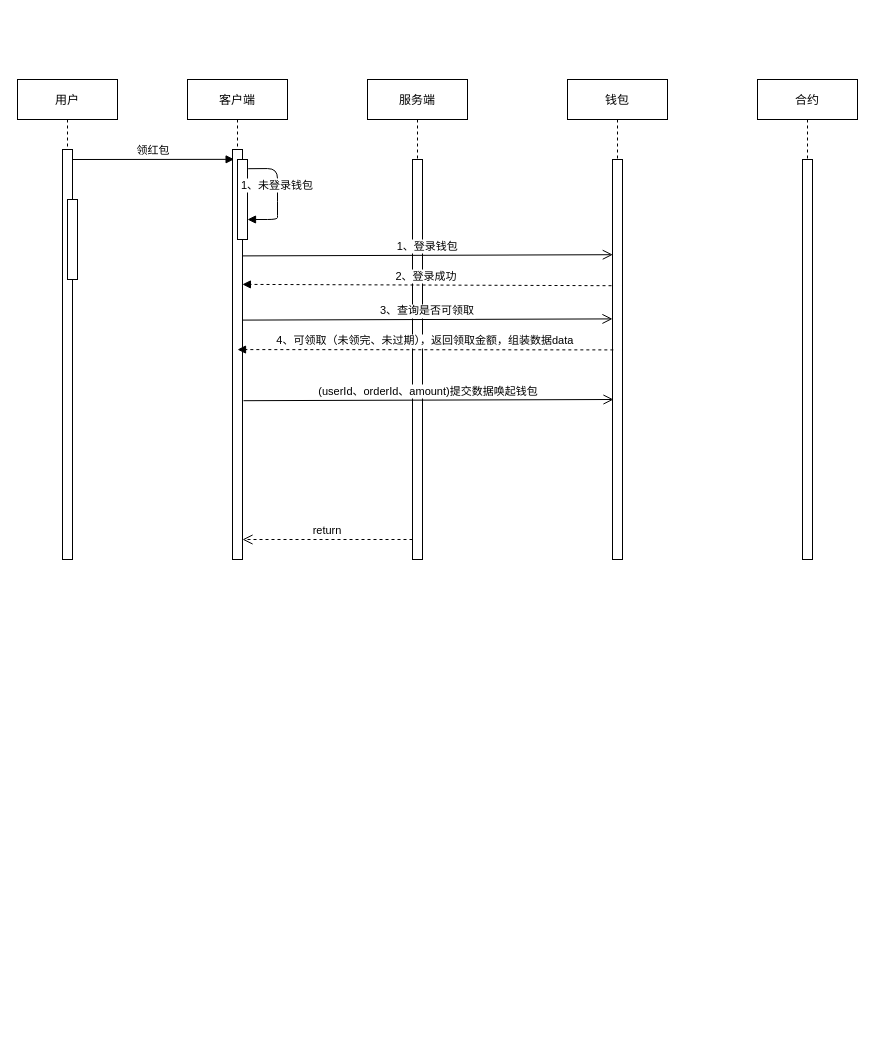
limate/draw keeps this draw.io diagram as 未命名绘图.drawio. Above is the earlier version. Source tidied: cells renumbered, new cells numbered last; positions are measured from the earlier drawing's top-left corner, leaving out a move shared by most shapes. Both pictures are drawn from the tidied source at 100%, with x=0, y=0 at pixel (17, 79).
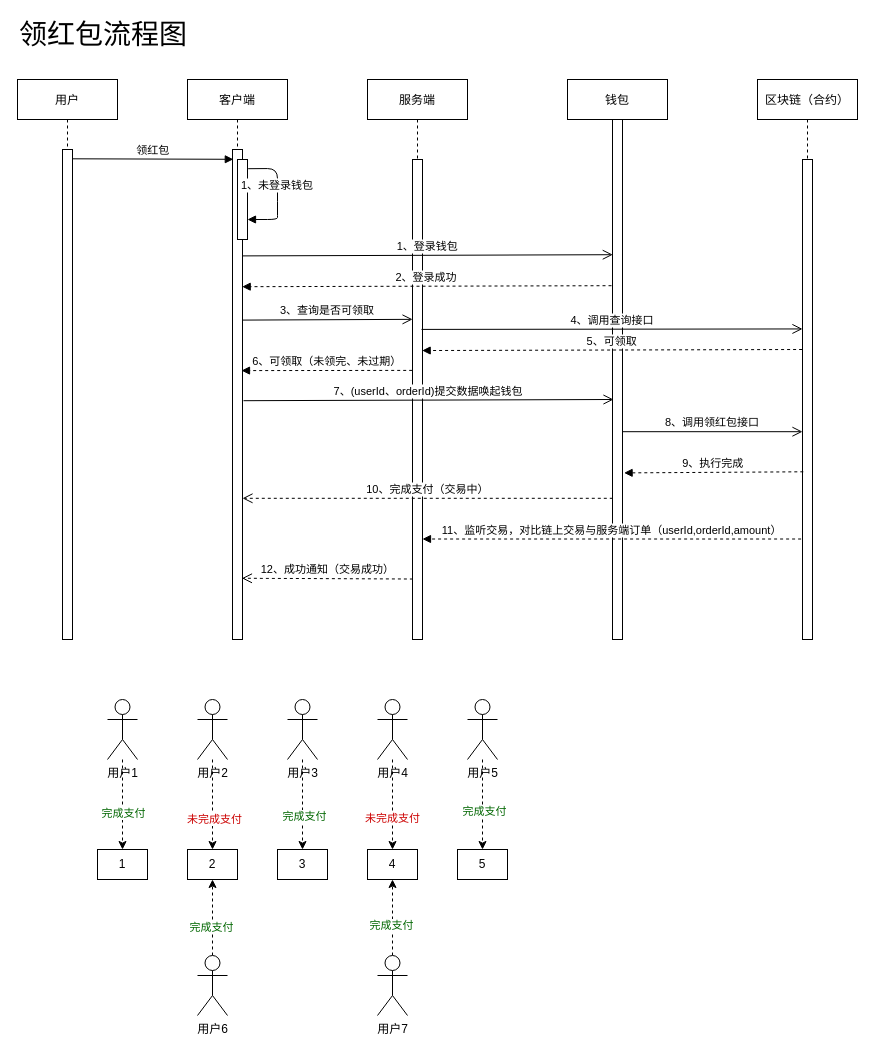
Above is the later version.

Change to the diagram source:
```diff
@@
     <mxCell id="2" value="客户端" style="shape=umlLifeline;perimeter=lifelinePerimeter;rounded=0;shadow=0;strokeWidth=1;" parent="1" vertex="1">
-      <mxGeometry x="170" width="100" height="480" as="geometry" />
+      <mxGeometry x="170" width="100" height="560" as="geometry" />
     </mxCell>
     <mxCell id="3" style="points=[];perimeter=orthogonalPerimeter;rounded=0;shadow=0;strokeWidth=1;" parent="2" vertex="1">
-      <mxGeometry x="45" y="70" width="10" height="410" as="geometry" />
+      <mxGeometry x="45" y="70" width="10" height="490" as="geometry" />
     </mxCell>
@@
     <mxCell id="6" value="服务端" style="shape=umlLifeline;perimeter=lifelinePerimeter;rounded=0;shadow=0;strokeWidth=1;" parent="1" vertex="1">
-      <mxGeometry x="350" width="100" height="480" as="geometry" />
+      <mxGeometry x="350" width="100" height="560" as="geometry" />
     </mxCell>
     <mxCell id="7" style="points=[];perimeter=orthogonalPerimeter;rounded=0;shadow=0;strokeWidth=1;" parent="6" vertex="1">
-      <mxGeometry x="45" y="80" width="10" height="400" as="geometry" />
+      <mxGeometry x="45" y="80" width="10" height="480" as="geometry" />
     </mxCell>
-    <mxCell id="8" value="3、查询是否可领取" style="verticalAlign=bottom;endArrow=open;endSize=8;shadow=0;strokeWidth=1;exitX=1.027;exitY=0.318;exitDx=0;exitDy=0;exitPerimeter=0;entryX=0.028;entryY=0.298;entryDx=0;entryDy=0;entryPerimeter=0;" parent="6" edge="1">
+    <mxCell id="8" value="3、查询是否可领取" style="verticalAlign=bottom;endArrow=open;endSize=8;shadow=0;strokeWidth=1;exitX=1.027;exitY=0.318;exitDx=0;exitDy=0;exitPerimeter=0;entryX=0.008;entryY=0.333;entryDx=0;entryDy=0;entryPerimeter=0;" parent="6" edge="1" target="7">
       <mxGeometry relative="1" as="geometry">
         <mxPoint x="-125" y="240.6" as="sourcePoint" />
-        <mxPoint x="245" y="239.4" as="targetPoint" />
       </mxGeometry>
     </mxCell>
-    <mxCell id="9" value="return" style="verticalAlign=bottom;endArrow=open;dashed=1;endSize=8;exitX=0;exitY=0.95;shadow=0;strokeWidth=1;" parent="1" edge="1" source="7" target="3">
-      <mxGeometry relative="1" as="geometry" />
+    <mxCell id="9" value="10、完成支付（交易中）" style="verticalAlign=bottom;endArrow=open;dashed=1;endSize=8;exitX=0.033;exitY=0.767;shadow=0;strokeWidth=1;exitDx=0;exitDy=0;exitPerimeter=0;" parent="1" edge="1">
+      <mxGeometry relative="1" as="geometry">
+        <mxPoint x="595.3" y="418.8" as="sourcePoint" />
+        <mxPoint x="225" y="418.8" as="targetPoint" />
+      </mxGeometry>
     </mxCell>
-    <mxCell id="10" value="2、登录成功" style="verticalAlign=bottom;endArrow=block;shadow=0;strokeWidth=1;exitX=-0.1;exitY=0.378;exitDx=0;exitDy=0;exitPerimeter=0;entryX=0.99;entryY=0.329;entryDx=0;entryDy=0;entryPerimeter=0;dashed=1;" parent="1" edge="1" target="3">
+    <mxCell id="10" value="2、登录成功" style="verticalAlign=bottom;endArrow=block;shadow=0;strokeWidth=1;exitX=-0.1;exitY=0.378;exitDx=0;exitDy=0;exitPerimeter=0;entryX=0.971;entryY=0.28;entryDx=0;entryDy=0;entryPerimeter=0;dashed=1;" parent="1" edge="1" target="3">
       <mxGeometry relative="1" as="geometry">
         <mxPoint x="594" y="206.2" as="sourcePoint" />
       </mxGeometry>
     </mxCell>
@@
     <mxCell id="12" value="钱包" style="shape=umlLifeline;perimeter=lifelinePerimeter;rounded=0;shadow=0;strokeWidth=1;" parent="1" vertex="1">
-      <mxGeometry x="550" width="100" height="480" as="geometry" />
+      <mxGeometry x="550" width="100" height="560" as="geometry" />
     </mxCell>
     <mxCell id="13" style="points=[];perimeter=orthogonalPerimeter;rounded=0;shadow=0;strokeWidth=1;" parent="12" vertex="1">
-      <mxGeometry x="45" y="80" width="10" height="400" as="geometry" />
+      <mxGeometry x="45" y="40" width="10" height="520" as="geometry" />
     </mxCell>
-    <mxCell id="14" value="合约" style="shape=umlLifeline;perimeter=lifelinePerimeter;rounded=0;shadow=0;strokeWidth=1;" parent="1" vertex="1">
-      <mxGeometry x="740" width="100" height="480" as="geometry" />
+    <mxCell id="14" value="区块链（合约）" style="shape=umlLifeline;perimeter=lifelinePerimeter;rounded=0;shadow=0;strokeWidth=1;" parent="1" vertex="1">
+      <mxGeometry x="740" width="100" height="560" as="geometry" />
     </mxCell>
     <mxCell id="15" style="points=[];perimeter=orthogonalPerimeter;rounded=0;shadow=0;strokeWidth=1;" parent="14" vertex="1">
-      <mxGeometry x="45" y="80" width="10" height="400" as="geometry" />
+      <mxGeometry x="45" y="80" width="10" height="480" as="geometry" />
     </mxCell>
     <mxCell id="16" value="用户" style="shape=umlLifeline;perimeter=lifelinePerimeter;rounded=0;shadow=0;strokeWidth=1;" parent="1" vertex="1">
-      <mxGeometry width="100" height="480" as="geometry" />
+      <mxGeometry width="100" height="560" as="geometry" />
     </mxCell>
     <mxCell id="17" style="points=[];perimeter=orthogonalPerimeter;rounded=0;shadow=0;strokeWidth=1;" parent="16" vertex="1">
-      <mxGeometry x="45" y="70" width="10" height="410" as="geometry" />
+      <mxGeometry x="45" y="70" width="10" height="490" as="geometry" />
     </mxCell>
-    <mxCell id="18" style="perimeter=orthogonalPerimeter;rounded=0;shadow=0;strokeWidth=1;" parent="16" vertex="1">
-      <mxGeometry x="50" y="120" width="10" height="80" as="geometry" />
-    </mxCell>
-    <mxCell id="19" value="领红包" style="verticalAlign=bottom;endArrow=block;shadow=0;strokeWidth=1;entryX=0.16;entryY=0.024;entryDx=0;entryDy=0;entryPerimeter=0;" parent="16" edge="1" target="3">
-      <mxGeometry relative="1" as="geometry">
-        <mxPoint x="55" y="80" as="sourcePoint" />
-      </mxGeometry>
-    </mxCell>
-    <mxCell id="20" value="4、可领取（未领完、未过期），返回领取金额，组装数据data" style="verticalAlign=bottom;endArrow=block;shadow=0;strokeWidth=1;exitX=0.083;exitY=0.476;exitDx=0;exitDy=0;exitPerimeter=0;entryX=0.5;entryY=0.488;entryDx=0;entryDy=0;entryPerimeter=0;dashed=1;" parent="1" edge="1" source="13" target="3">
-      <mxGeometry relative="1" as="geometry" />
+    <mxCell id="20" value="6、可领取（未领完、未过期）" style="verticalAlign=bottom;endArrow=block;shadow=0;strokeWidth=1;exitX=-0.033;exitY=0.429;exitDx=0;exitDy=0;exitPerimeter=0;dashed=1;entryX=0.9;entryY=0.441;entryDx=0;entryDy=0;entryPerimeter=0;" parent="1" edge="1">
+      <mxGeometry relative="1" as="geometry">
+        <mxPoint x="394.7" y="290.9" as="sourcePoint" />
+        <mxPoint x="224" y="291.1" as="targetPoint" />
+      </mxGeometry>
     </mxCell>
-    <mxCell id="21" value="(userId、orderId、amount)提交数据唤起钱包" style="verticalAlign=bottom;endArrow=open;endSize=8;shadow=0;strokeWidth=1;exitX=1.027;exitY=0.318;exitDx=0;exitDy=0;exitPerimeter=0;entryX=0.028;entryY=0.298;entryDx=0;entryDy=0;entryPerimeter=0;" parent="1" edge="1">
+    <mxCell id="21" value="7、(userId、orderId)提交数据唤起钱包" style="verticalAlign=bottom;endArrow=open;endSize=8;shadow=0;strokeWidth=1;exitX=1.027;exitY=0.318;exitDx=0;exitDy=0;exitPerimeter=0;entryX=0.028;entryY=0.298;entryDx=0;entryDy=0;entryPerimeter=0;" parent="1" edge="1">
       <mxGeometry relative="1" as="geometry">
         <mxPoint x="226" y="321.2" as="sourcePoint" />
         <mxPoint x="596" y="320" as="targetPoint" />
       </mxGeometry>
     </mxCell>
+    <mxCell id="22" value="8、调用领红包接口" style="verticalAlign=bottom;endArrow=open;endSize=8;shadow=0;strokeWidth=1;exitX=1.027;exitY=0.318;exitDx=0;exitDy=0;exitPerimeter=0;" parent="1" edge="1">
+      <mxGeometry relative="1" as="geometry">
+        <mxPoint x="605" y="352.2" as="sourcePoint" />
+        <mxPoint x="785" y="352.2" as="targetPoint" />
+      </mxGeometry>
+    </mxCell>
+    <mxCell id="23" value="9、执行完成" style="verticalAlign=bottom;endArrow=block;shadow=0;strokeWidth=1;exitX=0.083;exitY=0.476;exitDx=0;exitDy=0;exitPerimeter=0;dashed=1;entryX=1.159;entryY=0.695;entryDx=0;entryDy=0;entryPerimeter=0;" parent="1" edge="1">
+      <mxGeometry relative="1" as="geometry">
+        <mxPoint x="785.8" y="392.3" as="sourcePoint" />
+        <mxPoint x="606.6" y="393.4" as="targetPoint" />
+      </mxGeometry>
+    </mxCell>
+    <mxCell id="24" value="11、监听交易，对比链上交易与服务端订单（userId,orderId,amount）" style="verticalAlign=bottom;endArrow=block;shadow=0;strokeWidth=1;exitX=-0.143;exitY=0.801;exitDx=0;exitDy=0;exitPerimeter=0;dashed=1;" parent="1" edge="1">
+      <mxGeometry relative="1" as="geometry">
+        <mxPoint x="783.6" y="459.5" as="sourcePoint" />
+        <mxPoint x="405" y="459.5" as="targetPoint" />
+      </mxGeometry>
+    </mxCell>
+    <mxCell id="25" value="12、成功通知（交易成功）" style="verticalAlign=bottom;endArrow=open;dashed=1;endSize=8;shadow=0;strokeWidth=1;exitX=0.038;exitY=0.874;exitDx=0;exitDy=0;exitPerimeter=0;entryX=0.943;entryY=0.875;entryDx=0;entryDy=0;entryPerimeter=0;" parent="1" edge="1" source="7" target="3">
+      <mxGeometry relative="1" as="geometry" />
+    </mxCell>
+    <mxCell id="19" value="领红包" style="verticalAlign=bottom;endArrow=block;shadow=0;strokeWidth=1;entryX=0.081;entryY=0.02;entryDx=0;entryDy=0;entryPerimeter=0;exitX=0.972;exitY=0.019;exitDx=0;exitDy=0;exitPerimeter=0;" parent="1" edge="1" source="17" target="3">
+      <mxGeometry relative="1" as="geometry" />
+    </mxCell>
+    <mxCell id="26" value="4、调用查询接口" style="verticalAlign=bottom;endArrow=open;endSize=8;shadow=0;strokeWidth=1;exitX=0.9;exitY=0.354;exitDx=0;exitDy=0;exitPerimeter=0;entryX=0;entryY=0.353;entryDx=0;entryDy=0;entryPerimeter=0;" parent="1" edge="1" source="7" target="15">
+      <mxGeometry relative="1" as="geometry" />
+    </mxCell>
+    <mxCell id="27" value="5、可领取" style="verticalAlign=bottom;endArrow=block;shadow=0;strokeWidth=1;exitX=-0.1;exitY=0.378;exitDx=0;exitDy=0;exitPerimeter=0;entryX=0.967;entryY=0.398;entryDx=0;entryDy=0;entryPerimeter=0;dashed=1;" parent="1" edge="1" target="7">
+      <mxGeometry relative="1" as="geometry">
+        <mxPoint x="784.6" y="270" as="sourcePoint" />
+      </mxGeometry>
+    </mxCell>
+    <mxCell id="28" value="1" style="rounded=0;whiteSpace=wrap;html=1;" parent="1" vertex="1">
+      <mxGeometry x="80" y="770" width="50" height="30" as="geometry" />
+    </mxCell>
+    <mxCell id="29" value="2" style="rounded=0;whiteSpace=wrap;html=1;" parent="1" vertex="1">
+      <mxGeometry x="170" y="770" width="50" height="30" as="geometry" />
+    </mxCell>
+    <mxCell id="30" value="3" style="rounded=0;whiteSpace=wrap;html=1;" parent="1" vertex="1">
+      <mxGeometry x="260" y="770" width="50" height="30" as="geometry" />
+    </mxCell>
+    <mxCell id="31" value="4" style="rounded=0;whiteSpace=wrap;html=1;" parent="1" vertex="1">
+      <mxGeometry x="350" y="770" width="50" height="30" as="geometry" />
+    </mxCell>
+    <mxCell id="32" value="5" style="rounded=0;whiteSpace=wrap;html=1;" parent="1" vertex="1">
+      <mxGeometry x="440" y="770" width="50" height="30" as="geometry" />
+    </mxCell>
+    <mxCell id="33" style="edgeStyle=orthogonalEdgeStyle;rounded=0;jettySize=auto;html=1;dashed=1;" parent="1" edge="1" source="35" target="28">
+      <mxGeometry relative="1" as="geometry" />
+    </mxCell>
+    <mxCell id="34" value="完成支付" style="edgeLabel;html=1;align=center;verticalAlign=middle;fontSize=11;fontColor=#006600;" parent="33" vertex="1">
+      <mxGeometry x="0.18" relative="1" as="geometry" />
+    </mxCell>
+    <mxCell id="35" value="用户1" style="shape=umlActor;verticalLabelPosition=bottom;verticalAlign=top;html=1;outlineConnect=0;" parent="1" vertex="1">
+      <mxGeometry x="90" y="620" width="30" height="60" as="geometry" />
+    </mxCell>
+    <mxCell id="36" style="edgeStyle=orthogonalEdgeStyle;rounded=0;jettySize=auto;html=1;dashed=1;" parent="1" edge="1" source="38" target="29">
+      <mxGeometry relative="1" as="geometry" />
+    </mxCell>
+    <mxCell id="37" value="未完成支付" style="edgeLabel;html=1;align=center;verticalAlign=middle;fontSize=11;fontColor=#CC0000;" parent="36" vertex="1">
+      <mxGeometry x="0.31" y="1" relative="1" as="geometry" />
+    </mxCell>
+    <mxCell id="38" value="用户2" style="shape=umlActor;verticalLabelPosition=bottom;verticalAlign=top;html=1;outlineConnect=0;" parent="1" vertex="1">
+      <mxGeometry x="180" y="620" width="30" height="60" as="geometry" />
+    </mxCell>
+    <mxCell id="39" style="edgeStyle=orthogonalEdgeStyle;rounded=0;jettySize=auto;html=1;dashed=1;" parent="1" edge="1" source="41" target="30">
+      <mxGeometry relative="1" as="geometry" />
+    </mxCell>
+    <mxCell id="40" value="完成支付" style="edgeLabel;html=1;align=center;verticalAlign=middle;fontSize=11;fontColor=#006600;" parent="39" vertex="1">
+      <mxGeometry x="0.25" y="1" relative="1" as="geometry" />
+    </mxCell>
+    <mxCell id="41" value="用户3" style="shape=umlActor;verticalLabelPosition=bottom;verticalAlign=top;html=1;outlineConnect=0;" parent="1" vertex="1">
+      <mxGeometry x="270" y="620" width="30" height="60" as="geometry" />
+    </mxCell>
+    <mxCell id="42" style="edgeStyle=orthogonalEdgeStyle;rounded=0;jettySize=auto;html=1;dashed=1;" parent="1" edge="1" source="44" target="31">
+      <mxGeometry relative="1" as="geometry" />
+    </mxCell>
+    <mxCell id="43" value="未完成支付" style="edgeLabel;html=1;align=center;verticalAlign=middle;fontSize=11;fontColor=#CC0000;" parent="42" vertex="1">
+      <mxGeometry x="0.29" y="-1" relative="1" as="geometry" />
+    </mxCell>
+    <mxCell id="44" value="用户4" style="shape=umlActor;verticalLabelPosition=bottom;verticalAlign=top;html=1;outlineConnect=0;" parent="1" vertex="1">
+      <mxGeometry x="360" y="620" width="30" height="60" as="geometry" />
+    </mxCell>
+    <mxCell id="45" style="edgeStyle=orthogonalEdgeStyle;rounded=0;jettySize=auto;html=1;dashed=1;" parent="1" edge="1" source="47" target="32">
+      <mxGeometry relative="1" as="geometry" />
+    </mxCell>
+    <mxCell id="46" value="完成支付" style="edgeLabel;html=1;align=center;verticalAlign=middle;fontSize=11;fontColor=#006600;" parent="45" vertex="1">
+      <mxGeometry x="0.13" y="1" relative="1" as="geometry" />
+    </mxCell>
+    <mxCell id="47" value="用户5" style="shape=umlActor;verticalLabelPosition=bottom;verticalAlign=top;html=1;outlineConnect=0;" parent="1" vertex="1">
+      <mxGeometry x="450" y="620" width="30" height="60" as="geometry" />
+    </mxCell>
+    <mxCell id="48" style="edgeStyle=orthogonalEdgeStyle;rounded=0;jettySize=auto;html=1;dashed=1;" parent="1" edge="1" source="50" target="29">
+      <mxGeometry relative="1" as="geometry" />
+    </mxCell>
+    <mxCell id="49" value="完成支付" style="edgeLabel;html=1;align=center;verticalAlign=middle;fontSize=11;fontColor=#006600;" parent="48" vertex="1">
+      <mxGeometry x="-0.23" y="2" relative="1" as="geometry" />
+    </mxCell>
+    <mxCell id="50" value="用户6" style="shape=umlActor;verticalLabelPosition=bottom;verticalAlign=top;html=1;outlineConnect=0;" parent="1" vertex="1">
+      <mxGeometry x="180" y="876" width="30" height="60" as="geometry" />
+    </mxCell>
+    <mxCell id="51" style="edgeStyle=orthogonalEdgeStyle;rounded=0;jettySize=auto;html=1;dashed=1;fontSize=11;" parent="1" edge="1" source="53" target="31">
+      <mxGeometry relative="1" as="geometry" />
+    </mxCell>
+    <mxCell id="52" value="完成支付" style="edgeLabel;html=1;align=center;verticalAlign=middle;fontSize=11;fontColor=#006600;" parent="51" vertex="1">
+      <mxGeometry x="-0.18" y="2" relative="1" as="geometry" />
+    </mxCell>
+    <mxCell id="53" value="用户7" style="shape=umlActor;verticalLabelPosition=bottom;verticalAlign=top;html=1;outlineConnect=0;" parent="1" vertex="1">
+      <mxGeometry x="360" y="876" width="30" height="60" as="geometry" />
+    </mxCell>
+    <mxCell id="54" value="领红包流程图" style="text;html=1;strokeColor=none;fillColor=none;align=left;verticalAlign=middle;whiteSpace=wrap;rounded=0;fontSize=28;fontColor=#000000;" parent="1" vertex="1">
+      <mxGeometry y="-60" width="190" height="30" as="geometry" />
+    </mxCell>
```
